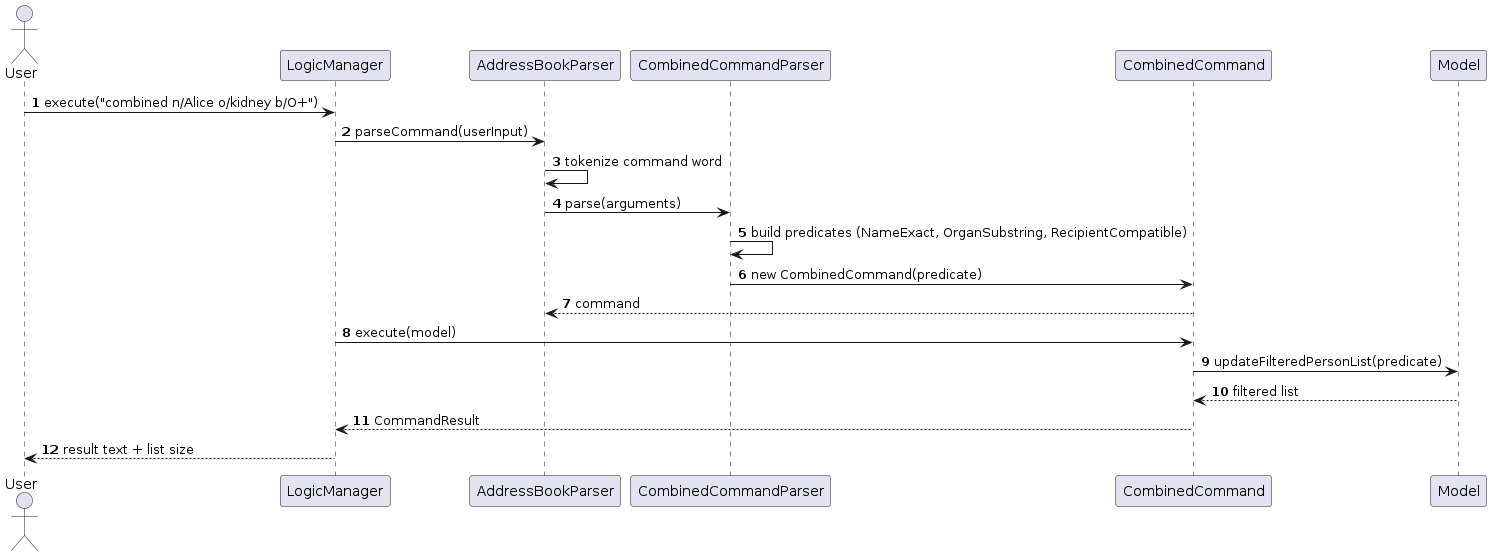
Above: diagrams/CombinedCommandSequenceDiagram.png in POeticPotatoes/tp (PlantUML), before the change. Its source is kept beside it as diagrams/CombinedCommandSequenceDiagram.puml.
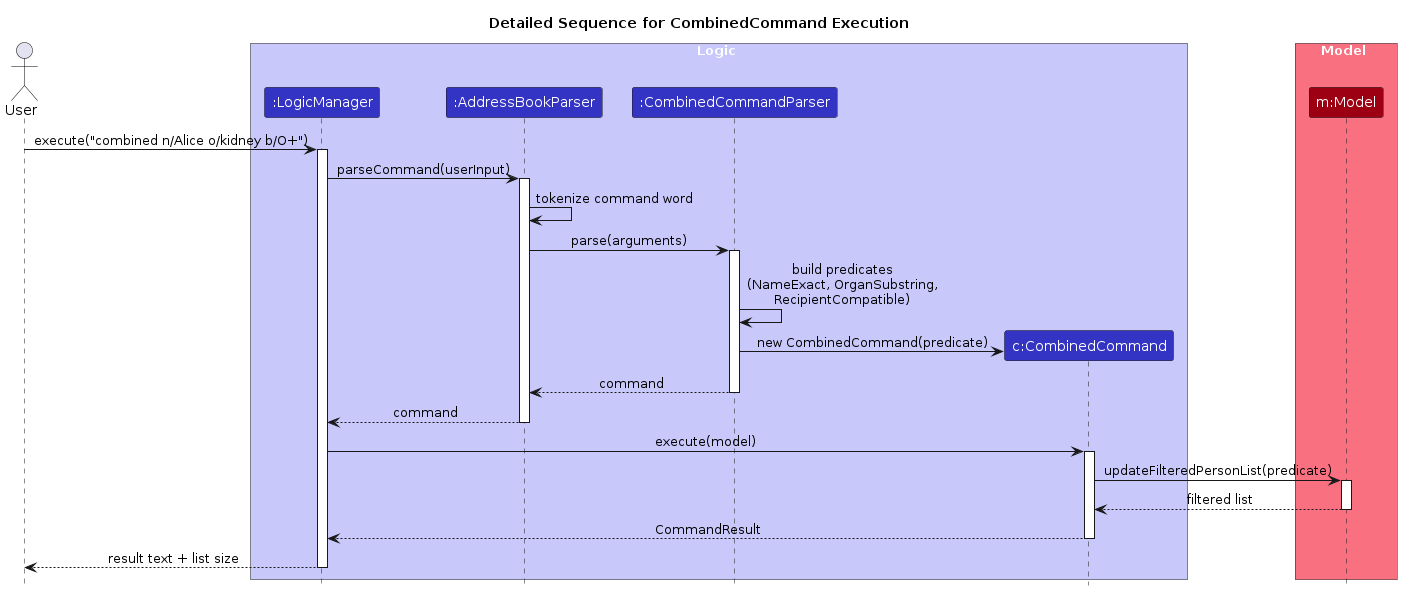
After the commit.

The edit, as a diff of the source:
```diff
@@ -1,24 +1,56 @@
 @startuml
-autonumber
+!include style.puml
+skinparam ArrowFontStyle plain
+title Detailed Sequence for CombinedCommand Execution
 
 actor User
-participant "LogicManager" as Logic
-participant "AddressBookParser" as ABP
-participant "CombinedCommandParser" as CCP
-participant "CombinedCommand" as CC
-participant "Model" as Model
+
+box Logic LOGIC_COLOR_T1
+participant ":LogicManager" as Logic LOGIC_COLOR
+participant ":AddressBookParser" as ABP LOGIC_COLOR
+participant ":CombinedCommandParser" as CCP LOGIC_COLOR
+participant "c:CombinedCommand" as CC LOGIC_COLOR
+end box
+
+box Model MODEL_COLOR_T1
+participant "m:Model" as Model MODEL_COLOR
+end box
 
 User -> Logic : execute("combined n/Alice o/kidney b/O+")
+activate Logic
+
 Logic -> ABP : parseCommand(userInput)
+activate ABP
+
 ABP -> ABP : tokenize command word
+
 ABP -> CCP : parse(arguments)
-CCP -> CCP : build predicates (NameExact, OrganSubstring, RecipientCompatible)
+activate CCP
+
+CCP -> CCP : build predicates\n(NameExact, OrganSubstring,\nRecipientCompatible)
+
+create CC
 CCP -> CC : new CombinedCommand(predicate)
-ABP <-- CC : command
+
+CCP --> ABP : command
+deactivate CCP
+
+ABP --> Logic : command
+deactivate ABP
+
 Logic -> CC : execute(model)
+activate CC
+
 CC -> Model : updateFilteredPersonList(predicate)
+activate Model
+
 Model --> CC : filtered list
+deactivate Model
+
 CC --> Logic : CommandResult
+deactivate CC
+
 Logic --> User : result text + list size
+deactivate Logic
 
 @enduml
```
